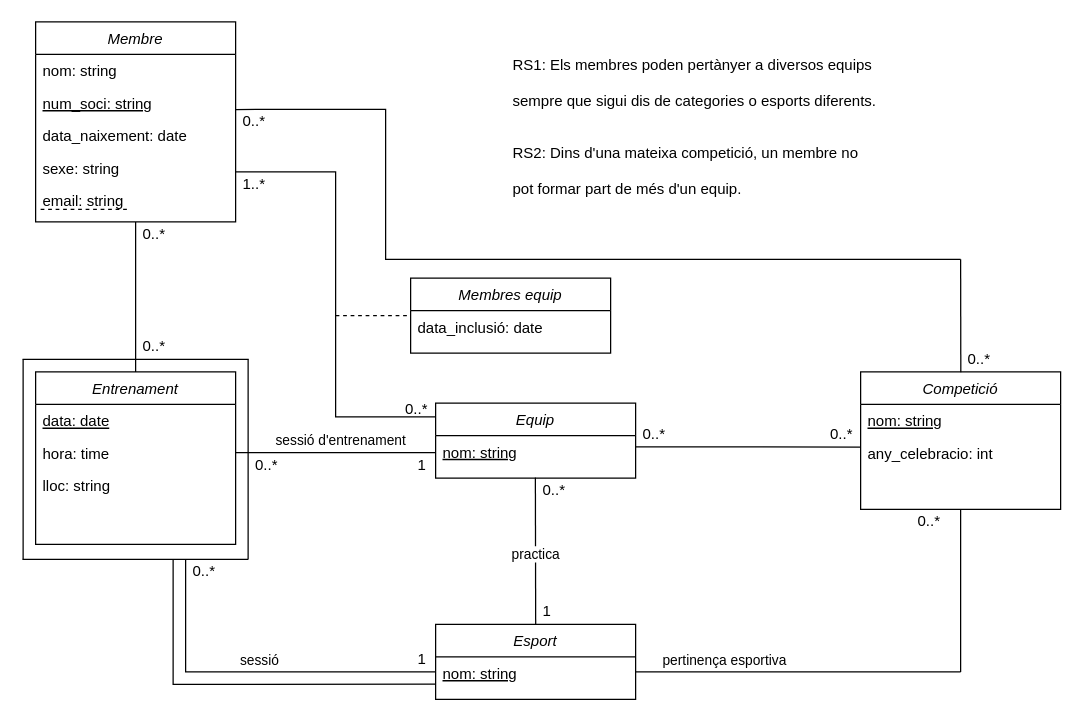
Above: Diagrames/diagramaUML_web.drawio in drpauu/Integral-management-of-Sports-Clubs (draw.io), before the change. Source tidied: cells renumbered, new cells numbered last; positions are measured from the earlier drawing's top-left corner, leaving out a move shared by most shapes. Both pictures are drawn from the tidied source at 125%, with x=0, y=0 at pixel (22, 21).
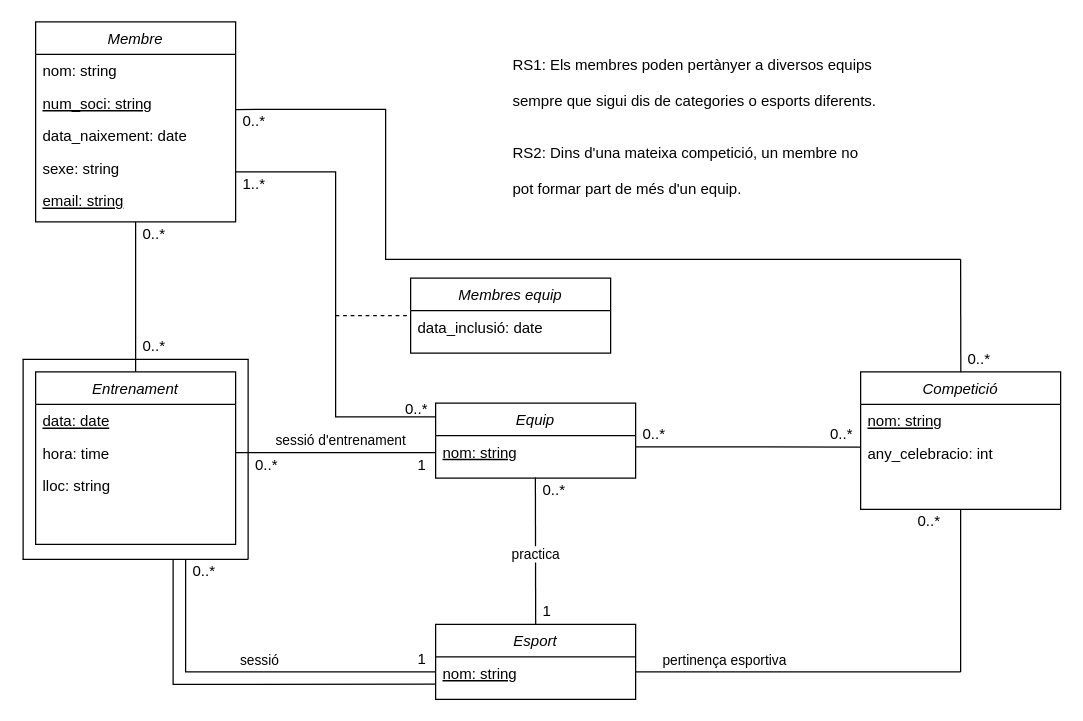
After the change.

Unchanged cells that the change refers to:
```xml
<mxCell id="2" value="Membre" style="swimlane;fontStyle=2;align=center;verticalAlign=top;horizontal=1;startSize=26;rounded=0;shadow=0;strokeWidth=1;" parent="1" vertex="1">
  <mxGeometry x="10" width="160" height="160" as="geometry" />
</mxCell>
```

What changed in the source:
```diff
@@
-    <mxCell id="7" value="email: string" style="text;align=left;verticalAlign=top;spacingLeft=4;spacingRight=4;overflow=hidden;fontStyle=0;" parent="2" vertex="1">
+    <mxCell id="7" value="email: string" style="text;align=left;verticalAlign=top;spacingLeft=4;spacingRight=4;overflow=hidden;fontStyle=4;" parent="2" vertex="1">
       <mxGeometry y="130" width="160" height="26" as="geometry" />
     </mxCell>
-    <mxCell id="8" style="endArrow=none;dashed=1;html=1;rounded=0;exitX=0;exitY=0.769;exitDx=0;exitDy=0;exitPerimeter=0;" parent="2" edge="1">
-      <mxGeometry relative="1" as="geometry">
-        <mxPoint x="4" y="150" as="sourcePoint" />
-        <mxPoint x="74" y="150" as="targetPoint" />
-      </mxGeometry>
-    </mxCell>
```
